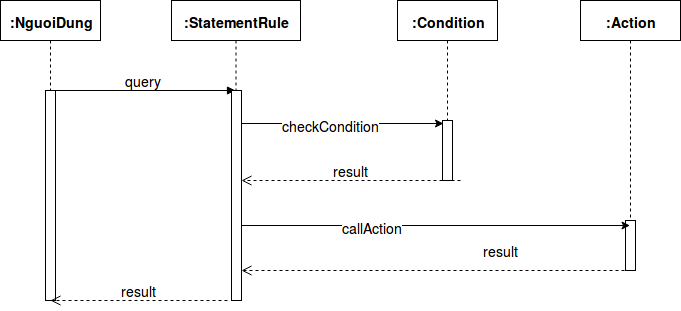
The draw.io diagram report/thang_template/thesis/image/language_diagram-statement_rule.png in hamhochoi/DATN, before a commit. Source tidied: cells renumbered, new cells last; positions are measured from the earlier drawing's top-left corner, leaving out a move shared by most shapes.
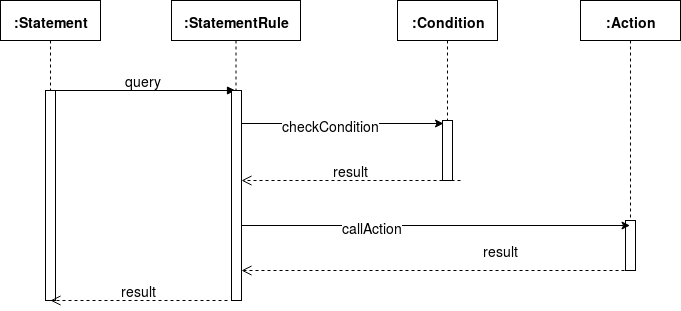
After the change.

The edit, as a diff of the source:
```diff
@@ -2,7 +2,7 @@
   <root>
     <mxCell id="0" />
     <mxCell id="1" parent="0" />
-    <mxCell id="2" value="&lt;h3&gt;&lt;b&gt;:NguoiDung&lt;/b&gt;&lt;/h3&gt;" style="shape=umlLifeline;perimeter=lifelinePerimeter;whiteSpace=wrap;html=1;outlineConnect=0;" parent="1" vertex="1">
+    <mxCell id="2" value="&lt;h3&gt;&lt;b&gt;:Statement&lt;/b&gt;&lt;/h3&gt;" style="shape=umlLifeline;perimeter=lifelinePerimeter;whiteSpace=wrap;html=1;outlineConnect=0;" parent="1" vertex="1">
       <mxGeometry width="100" height="300" as="geometry" />
     </mxCell>
     <mxCell id="3" value="&lt;font style=&quot;font-size: 14px&quot;&gt;query&lt;/font&gt;" style="html=1;verticalAlign=bottom;endArrow=block;" parent="2" edge="1" target="7">
```
